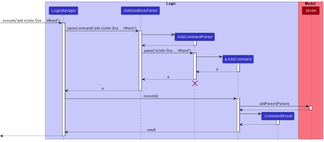
nus-cs2103-AY2223S1/tp keeps this PlantUML diagram as docs/images/AddSequenceDiagram.png. Above is the earlier version.
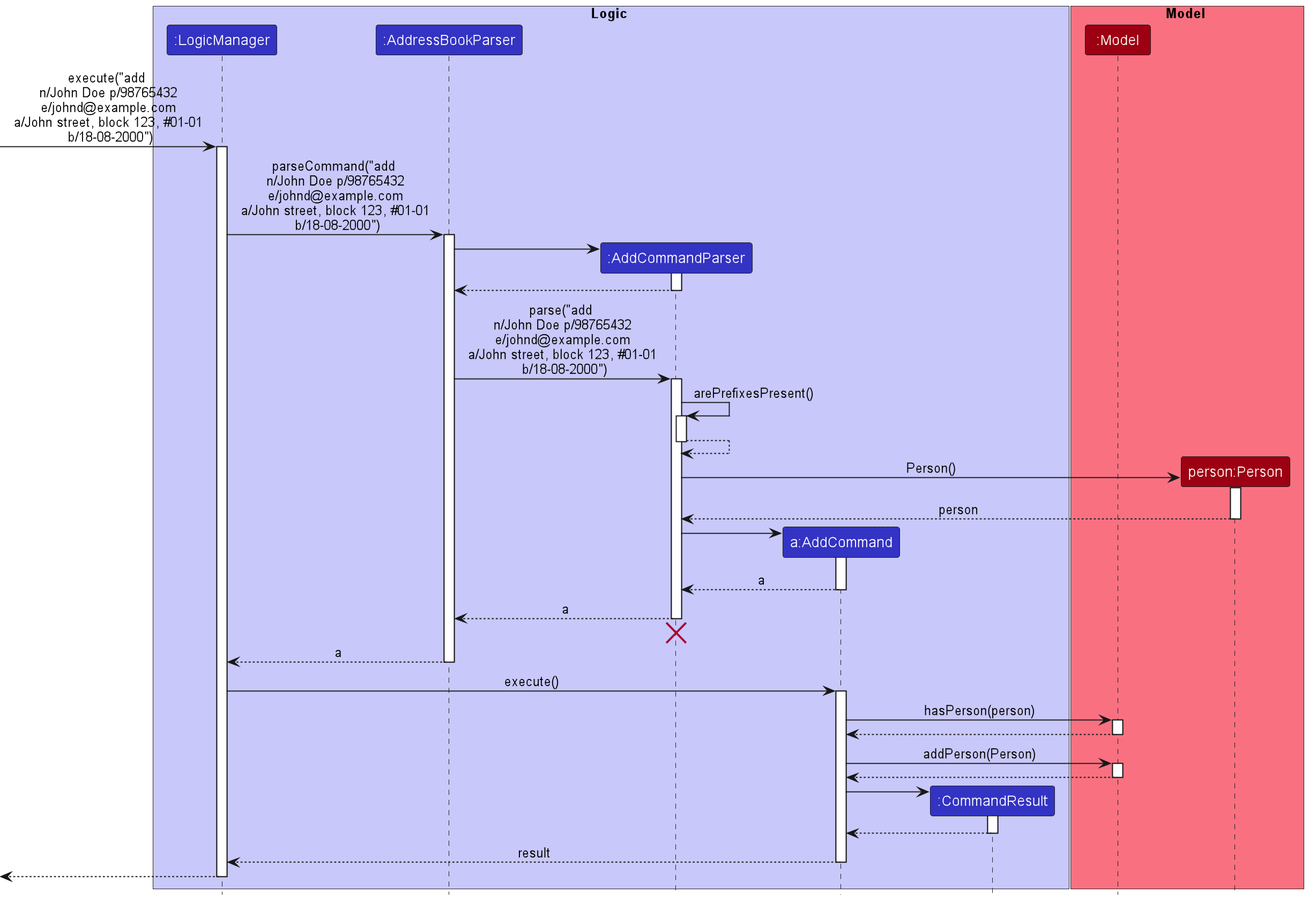
After the commit.

Change to the diagram source:
```diff
@@ -11,12 +11,13 @@
 
 box Model MODEL_COLOR_T1
 participant ":Model" as Model MODEL_COLOR
+participant "person:Person" as Person MODEL_COLOR
 end box
 
-[-> LogicManager : execute("add n/John Doe ... t/friend")
+[-> LogicManager : execute("add \n n/John Doe p/98765432 \n e/johnd@example.com \n a/John street, block 123, #01-01 \n b/18-08-2000")
 activate LogicManager
 
-LogicManager -> AddressBookParser : parseCommand("add n/John Doe ... t/friend")
+LogicManager -> AddressBookParser : parseCommand("add \n n/John Doe p/98765432 \n e/johnd@example.com \n a/John street, block 123, #01-01 \n b/18-08-2000")
 activate AddressBookParser
 
 create AddCommandParser
@@ -26,8 +27,21 @@
 AddCommandParser --> AddressBookParser
 deactivate AddCommandParser
 
-AddressBookParser -> AddCommandParser : parse("n/John Doe ... t/friend")
+AddressBookParser -> AddCommandParser : parse("add \n n/John Doe p/98765432 \n e/johnd@example.com \n a/John street, block 123, #01-01 \n b/18-08-2000")
 activate AddCommandParser
+
+AddCommandParser -> AddCommandParser : arePrefixesPresent()
+activate AddCommandParser
+
+AddCommandParser --> AddCommandParser
+deactivate AddCommandParser
+
+create Person
+AddCommandParser -> Person : Person()
+activate Person
+
+Person --> AddCommandParser : person
+deactivate Person
 
 create AddCommand
 AddCommandParser -> AddCommand
@@ -46,6 +60,12 @@
 
 LogicManager -> AddCommand : execute()
 activate AddCommand
+
+AddCommand -> Model : hasPerson(person)
+activate Model
+
+Model --> AddCommand
+deactivate
 
 AddCommand -> Model : addPerson(Person)
 activate Model
```
